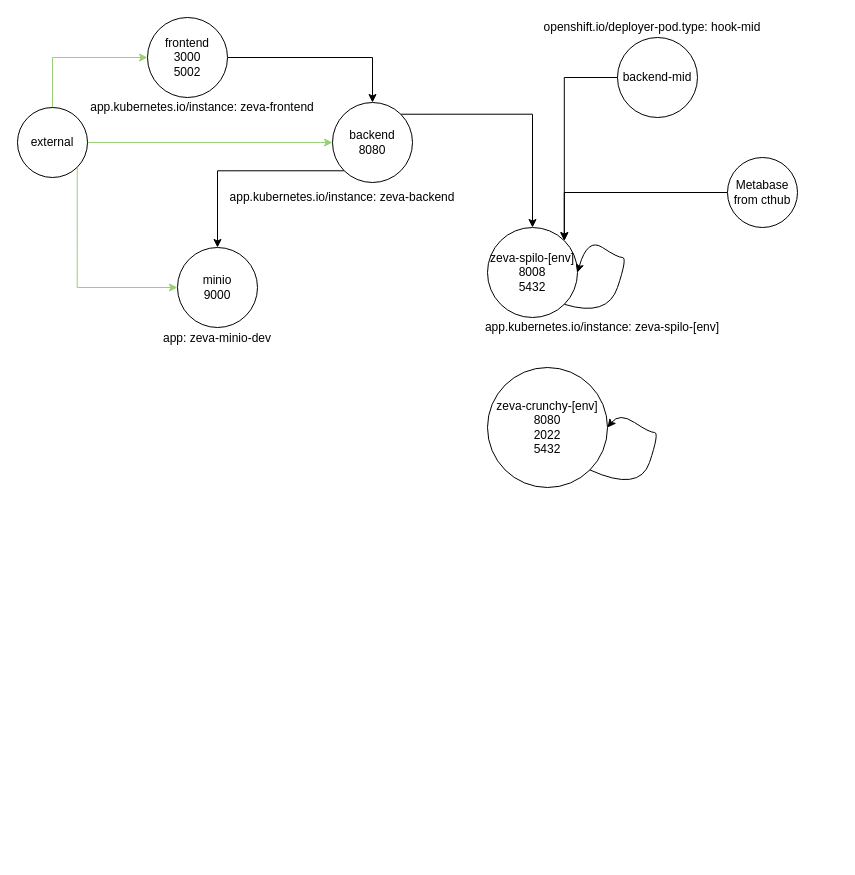
Above: openshift/templates/knp/knp-diagram.drawio in bcgov/zeva (draw.io), before the change. Source tidied: cells renumbered, new cells numbered last; positions are measured from the earlier drawing's top-left corner, leaving out a move shared by most shapes. Both pictures are drawn from the tidied source at 100%, with x=0, y=0 at pixel (17, 17).
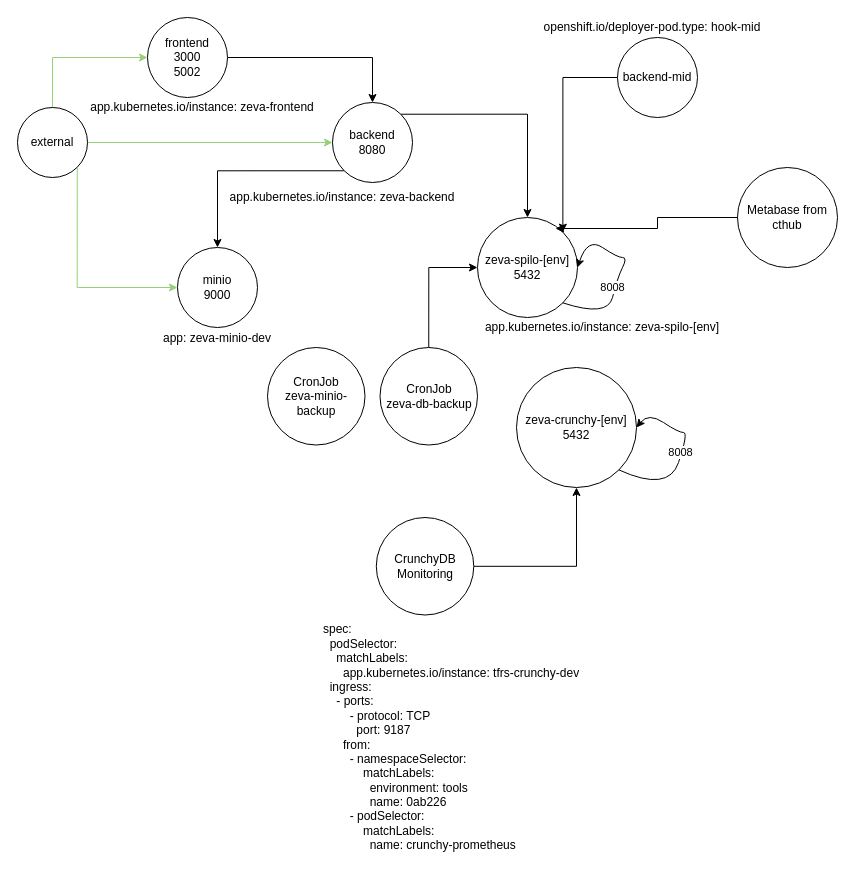
After the change.

Commit message (it also covers changes not shown here):
update for CrunchyDB migration

The edit, as a diff of the source:
```diff
@@
-    <mxCell id="7" value="zeva-spilo-[env]&lt;br&gt;8008&lt;br&gt;5432" style="ellipse;whiteSpace=wrap;html=1;" parent="1" vertex="1">
-      <mxGeometry x="470" y="210" width="90" height="90" as="geometry" />
+    <mxCell id="7" value="zeva-spilo-[env]&lt;br&gt;5432" style="ellipse;whiteSpace=wrap;html=1;" parent="1" vertex="1">
+      <mxGeometry x="460" y="200" width="100" height="100" as="geometry" />
     </mxCell>
@@
     <mxCell id="13" style="curved=1;endArrow=classic;html=1;exitX=1;exitY=1;exitDx=0;exitDy=0;entryX=1;entryY=0.5;entryDx=0;entryDy=0;strokeColor=#010103;" parent="1" edge="1" source="7" target="7">
       <mxGeometry relative="1" as="geometry">
         <Array as="points">
           <mxPoint x="590" y="300" />
+          <mxPoint x="600" y="260" />
           <mxPoint x="610" y="240" />
           <mxPoint x="600" y="240" />
           <mxPoint x="570" y="220" />
         </Array>
       </mxGeometry>
     </mxCell>
+    <mxCell id="25" value="8008" style="edgeLabel;html=1;align=center;verticalAlign=middle;" parent="13" vertex="1">
+      <mxGeometry x="-0.17" y="3" relative="1" as="geometry" />
+    </mxCell>
@@
-    <mxCell id="20" style="edgeStyle=orthogonalEdgeStyle;rounded=0;jettySize=auto;html=1;exitX=0;exitY=0.5;exitDx=0;exitDy=0;entryX=1;entryY=0;entryDx=0;entryDy=0;" parent="1" edge="1" source="21" target="7">
-      <mxGeometry relative="1" as="geometry">
-        <Array as="points">
-          <mxPoint x="547" y="175" />
-        </Array>
-      </mxGeometry>
-    </mxCell>
     <mxCell id="21" value="Metabase from cthub" style="ellipse;whiteSpace=wrap;html=1;" parent="1" vertex="1">
-      <mxGeometry x="710" y="140" width="70" height="70" as="geometry" />
+      <mxGeometry x="720" y="150" width="100" height="100" as="geometry" />
     </mxCell>
@@
-    <mxCell id="23" value="zeva-crunchy-[env]&lt;br&gt;8080&lt;br&gt;2022&lt;br&gt;5432" style="ellipse;whiteSpace=wrap;html=1;" parent="1" vertex="1">
-      <mxGeometry x="470" y="350" width="120" height="120" as="geometry" />
+    <mxCell id="23" value="zeva-crunchy-[env]&lt;br&gt;5432" style="ellipse;whiteSpace=wrap;html=1;" parent="1" vertex="1">
+      <mxGeometry x="499" y="350" width="120" height="120" as="geometry" />
     </mxCell>
     <mxCell id="24" style="curved=1;endArrow=classic;html=1;exitX=1;exitY=1;exitDx=0;exitDy=0;strokeColor=#010103;entryX=1;entryY=0.5;entryDx=0;entryDy=0;" parent="1" edge="1" source="23" target="23">
       <mxGeometry relative="1" as="geometry">
         <Array as="points">
-          <mxPoint x="622" y="475" />
-          <mxPoint x="642" y="415" />
-          <mxPoint x="632" y="415" />
-          <mxPoint x="602" y="395" />
+          <mxPoint x="651" y="475" />
+          <mxPoint x="671" y="415" />
+          <mxPoint x="661" y="415" />
+          <mxPoint x="631" y="395" />
         </Array>
       </mxGeometry>
     </mxCell>
+    <mxCell id="26" value="8008" style="edgeLabel;html=1;align=center;verticalAlign=middle;" parent="24" vertex="1">
+      <mxGeometry x="0.06" y="2" relative="1" as="geometry" />
+    </mxCell>
+    <mxCell id="27" style="edgeStyle=orthogonalEdgeStyle;rounded=0;jettySize=auto;html=1;exitX=0.5;exitY=0;exitDx=0;exitDy=0;entryX=0;entryY=0.5;entryDx=0;entryDy=0;" parent="1" edge="1" source="28" target="7">
+      <mxGeometry relative="1" as="geometry" />
+    </mxCell>
+    <mxCell id="28" value="CronJob&lt;br class=&quot;Apple-interchange-newline&quot;&gt;zeva-db-backup&lt;br&gt;" style="ellipse;whiteSpace=wrap;html=1;" parent="1" vertex="1">
+      <mxGeometry x="362.5" y="330" width="97.5" height="97.5" as="geometry" />
+    </mxCell>
+    <mxCell id="20" style="edgeStyle=orthogonalEdgeStyle;rounded=0;jettySize=auto;html=1;exitX=0;exitY=0.5;exitDx=0;exitDy=0;entryX=0.78;entryY=0.11;entryDx=0;entryDy=0;entryPerimeter=0;" parent="1" edge="1" source="21" target="7">
+      <mxGeometry relative="1" as="geometry" />
+    </mxCell>
+    <mxCell id="29" value="CronJob&lt;br class=&quot;Apple-interchange-newline&quot;&gt;zeva-minio-backup" style="ellipse;whiteSpace=wrap;html=1;" parent="1" vertex="1">
+      <mxGeometry x="250" y="330" width="97.5" height="97.5" as="geometry" />
+    </mxCell>
+    <mxCell id="30" style="edgeStyle=orthogonalEdgeStyle;rounded=0;jettySize=auto;html=1;entryX=0.5;entryY=1;entryDx=0;entryDy=0;" parent="1" edge="1" source="31" target="23">
+      <mxGeometry relative="1" as="geometry" />
+    </mxCell>
+    <mxCell id="31" value="CrunchyDB Monitoring" style="ellipse;whiteSpace=wrap;html=1;" parent="1" vertex="1">
+      <mxGeometry x="358.8" y="500" width="97.5" height="97.5" as="geometry" />
+    </mxCell>
+    <mxCell id="32" value="&lt;div&gt;spec:&lt;/div&gt;&lt;div&gt;&amp;nbsp; podSelector:&lt;/div&gt;&lt;div&gt;&amp;nbsp; &amp;nbsp; matchLabels:&lt;/div&gt;&lt;div&gt;&amp;nbsp; &amp;nbsp; &amp;nbsp; app.kubernetes.io/instance: tfrs-crunchy-dev&lt;/div&gt;&lt;div&gt;&amp;nbsp; ingress:&lt;/div&gt;&lt;div&gt;&amp;nbsp; &amp;nbsp; - ports:&lt;/div&gt;&lt;div&gt;&amp;nbsp; &amp;nbsp; &amp;nbsp; &amp;nbsp; - protocol: TCP&lt;/div&gt;&lt;div&gt;&amp;nbsp; &amp;nbsp; &amp;nbsp; &amp;nbsp; &amp;nbsp; port: 9187&lt;/div&gt;&lt;div&gt;&amp;nbsp; &amp;nbsp; &amp;nbsp; from:&lt;/div&gt;&lt;div&gt;&amp;nbsp; &amp;nbsp; &amp;nbsp; &amp;nbsp; - namespaceSelector:&lt;/div&gt;&lt;div&gt;&amp;nbsp; &amp;nbsp; &amp;nbsp; &amp;nbsp; &amp;nbsp; &amp;nbsp; matchLabels:&lt;/div&gt;&lt;div&gt;&amp;nbsp; &amp;nbsp; &amp;nbsp; &amp;nbsp; &amp;nbsp; &amp;nbsp; &amp;nbsp; environment: tools&lt;/div&gt;&lt;div&gt;&amp;nbsp; &amp;nbsp; &amp;nbsp; &amp;nbsp; &amp;nbsp; &amp;nbsp; &amp;nbsp; name: 0ab226&lt;/div&gt;&lt;div&gt;&amp;nbsp; &amp;nbsp; &amp;nbsp; &amp;nbsp; - podSelector:&lt;/div&gt;&lt;div&gt;&amp;nbsp; &amp;nbsp; &amp;nbsp; &amp;nbsp; &amp;nbsp; &amp;nbsp; matchLabels:&lt;/div&gt;&lt;div&gt;&amp;nbsp; &amp;nbsp; &amp;nbsp; &amp;nbsp; &amp;nbsp; &amp;nbsp; &amp;nbsp; name: crunchy-prometheus&lt;/div&gt;" style="text;html=1;strokeColor=none;fillColor=none;align=left;verticalAlign=middle;whiteSpace=wrap;rounded=0;" parent="1" vertex="1">
+      <mxGeometry x="303.8" y="600" width="276.2" height="240" as="geometry" />
+    </mxCell>
```
